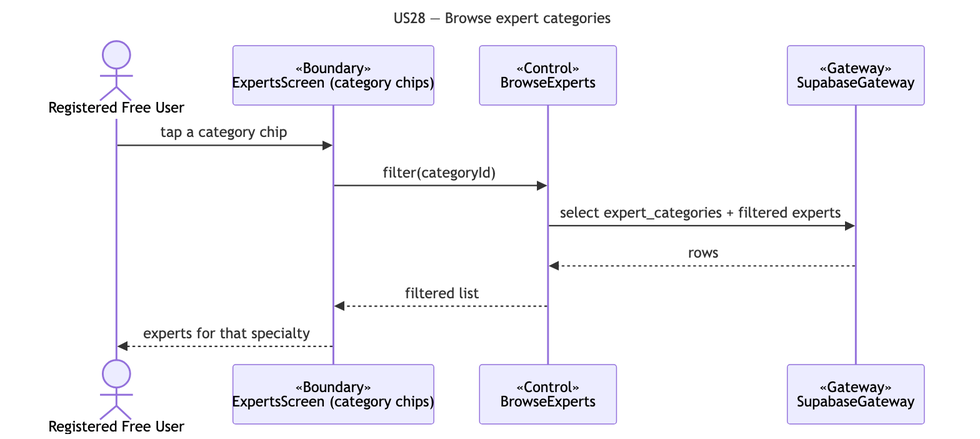
Before: docs/deliverables/sequence-diagrams/US28-browse-categories.png, a diagram exported from Mermaid (cyuanjun/FYP-26-S2-37-app). Its source is kept beside it as docs/deliverables/sequence-diagrams/src/US28-browse-categories.mmd. Its diagram source:
```mermaid
---
title: "US28 — Browse expert categories"
---
sequenceDiagram
  actor A as Registered Free User
  participant B as «Boundary»<br/>ExpertsScreen (category chips)
  participant C as «Control»<br/>BrowseExperts
  participant G as «Gateway»<br/>SupabaseGateway
  A->>B: tap a category chip
  B->>C: filter(categoryId)
  C->>G: select expert_categories + filtered experts
  G-->>C: rows
  C-->>B: filtered list
  B-->>A: experts for that specialty
```
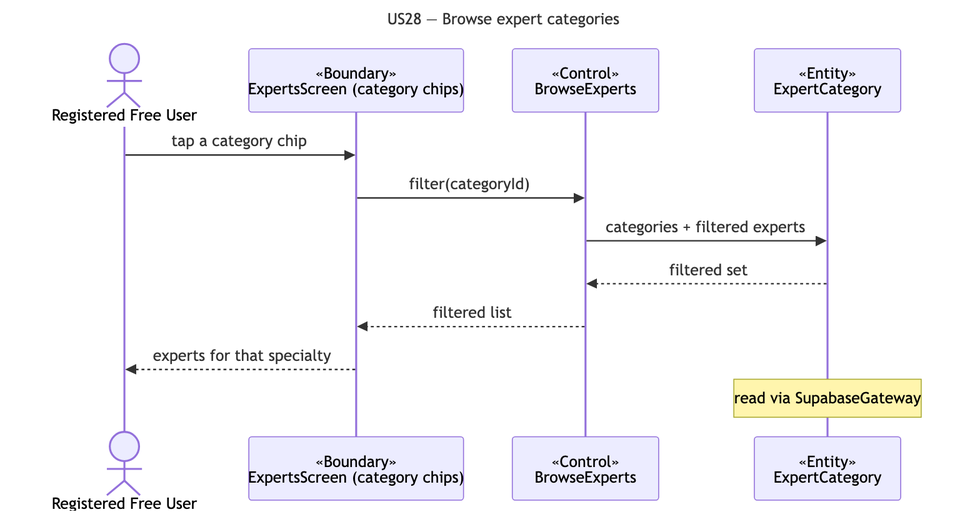
After the change.

The edit, as a diff of the source:
```diff
@@ -5,10 +5,11 @@
   actor A as Registered Free User
   participant B as «Boundary»<br/>ExpertsScreen (category chips)
   participant C as «Control»<br/>BrowseExperts
-  participant G as «Gateway»<br/>SupabaseGateway
+  participant E as «Entity»<br/>ExpertCategory
   A->>B: tap a category chip
   B->>C: filter(categoryId)
-  C->>G: select expert_categories + filtered experts
-  G-->>C: rows
+  C->>E: categories + filtered experts
+  E-->>C: filtered set
   C-->>B: filtered list
   B-->>A: experts for that specialty
+  note over E: read via SupabaseGateway
```
